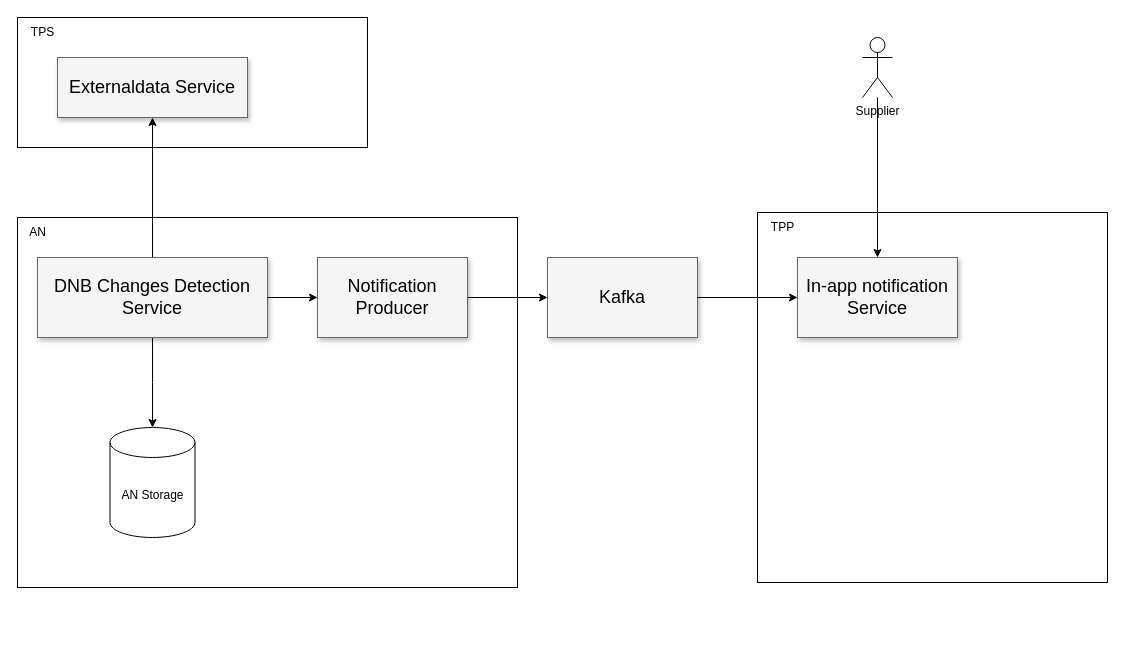
Earlier version of the draw.io diagram block_diagram_detection_dnb_changes.drawio (huangshijie/Drawio). Source tidied: cells renumbered, new cells numbered last; positions are measured from the earlier drawing's top-left corner, leaving out a move shared by most shapes. Both pictures are drawn from the tidied source at 100%, with x=0, y=0 at pixel (17, 17).
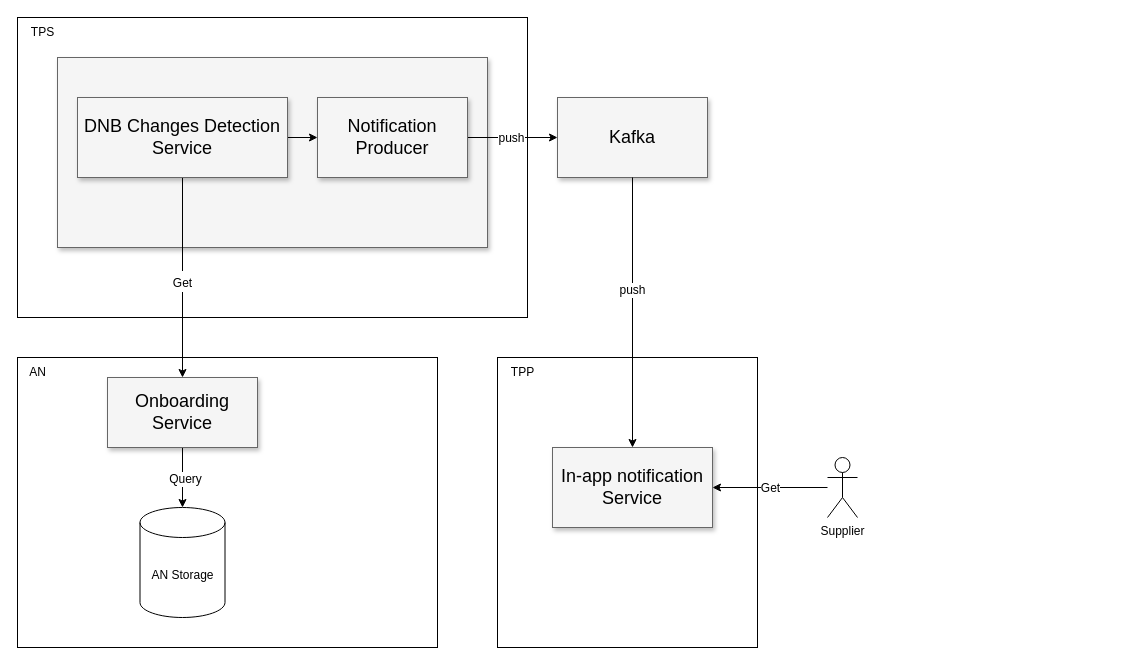
The same diagram, later.

The edit, as a diff of the source:
```diff
@@
-    <mxCell id="2" style="group;" parent="1" vertex="1">
-      <mxGeometry width="1090" height="570" as="geometry" />
-    </mxCell>
-    <mxCell id="3" style="rounded=0;whiteSpace=wrap;html=1;" parent="2" vertex="1">
-      <mxGeometry x="740" y="195" width="350" height="370" as="geometry" />
+    <mxCell id="3" style="rounded=0;whiteSpace=wrap;html=1;" parent="1" vertex="1">
+      <mxGeometry x="480" y="340" width="260" height="290" as="geometry" />
     </mxCell>
-    <mxCell id="4" style="rounded=0;whiteSpace=wrap;html=1;" parent="2" vertex="1">
-      <mxGeometry width="350" height="130" as="geometry" />
+    <mxCell id="4" style="rounded=0;whiteSpace=wrap;html=1;" parent="1" vertex="1">
+      <mxGeometry width="510" height="300" as="geometry" />
     </mxCell>
-    <mxCell id="5" style="rounded=0;whiteSpace=wrap;html=1;" parent="2" vertex="1">
-      <mxGeometry y="200" width="500" height="370" as="geometry" />
+    <mxCell id="5" style="rounded=0;whiteSpace=wrap;html=1;" parent="1" vertex="1">
+      <mxGeometry y="340" width="420" height="290" as="geometry" />
     </mxCell>
-    <mxCell id="6" value="Externaldata Service" style="whiteSpace=wrap;html=1;shadow=1;fontSize=18;fillColor=#f5f5f5;strokeColor=#666666;" parent="2" vertex="1">
-      <mxGeometry x="40" y="40" width="190" height="60" as="geometry" />
+    <mxCell id="6" style="whiteSpace=wrap;html=1;shadow=1;fontSize=18;fillColor=#f5f5f5;strokeColor=#666666;" parent="1" vertex="1">
+      <mxGeometry x="40" y="40" width="430" height="190" as="geometry" />
     </mxCell>
-    <mxCell id="7" value="Kafka" style="whiteSpace=wrap;html=1;shadow=1;fontSize=18;fillColor=#f5f5f5;strokeColor=#666666;" parent="2" vertex="1">
-      <mxGeometry x="530" y="240" width="150" height="80" as="geometry" />
+    <mxCell id="7" value="Kafka" style="whiteSpace=wrap;html=1;shadow=1;fontSize=18;fillColor=#f5f5f5;strokeColor=#666666;" parent="1" vertex="1">
+      <mxGeometry x="540" y="80" width="150" height="80" as="geometry" />
     </mxCell>
-    <mxCell id="8" style="edgeStyle=orthogonalEdgeStyle;rounded=0;jettySize=auto;html=1;exitX=0.5;exitY=0;exitDx=0;exitDy=0;" parent="2" edge="1" source="10" target="6">
-      <mxGeometry relative="1" as="geometry" />
-    </mxCell>
-    <mxCell id="9" style="edgeStyle=orthogonalEdgeStyle;rounded=0;jettySize=auto;html=1;exitX=0.5;exitY=1;exitDx=0;exitDy=0;" parent="2" edge="1" source="10">
+    <mxCell id="9" style="edgeStyle=orthogonalEdgeStyle;rounded=0;jettySize=auto;html=1;exitX=0.5;exitY=1;exitDx=0;exitDy=0;" parent="1" edge="1" source="10">
       <mxGeometry relative="1" as="geometry">
-        <mxPoint x="135" y="410" as="targetPoint" />
+        <mxPoint x="165" y="360" as="targetPoint" />
       </mxGeometry>
     </mxCell>
+    <mxCell id="22" value="&lt;font style=&quot;font-size: 12px;&quot;&gt;Get&lt;/font&gt;" style="edgeLabel;html=1;align=center;verticalAlign=middle;fontSize=18;" parent="9" vertex="1">
+      <mxGeometry x="0.03" y="-1" relative="1" as="geometry">
+        <mxPoint y="1" as="offset" />
+      </mxGeometry>
+    </mxCell>
+    <mxCell id="13" style="edgeStyle=orthogonalEdgeStyle;rounded=0;jettySize=auto;html=1;exitX=1;exitY=0.5;exitDx=0;exitDy=0;fontSize=18;startArrow=none;startFill=0;" parent="1" edge="1" source="10" target="12">
+      <mxGeometry relative="1" as="geometry" />
+    </mxCell>
-    <mxCell id="10" value="DNB Changes Detection Service" style="whiteSpace=wrap;html=1;shadow=1;fontSize=18;fillColor=#f5f5f5;strokeColor=#666666;" parent="2" vertex="1">
-      <mxGeometry x="20" y="240" width="230" height="80" as="geometry" />
+    <mxCell id="10" value="DNB Changes Detection Service" style="whiteSpace=wrap;html=1;shadow=1;fontSize=18;fillColor=#f5f5f5;strokeColor=#666666;" parent="1" vertex="1">
+      <mxGeometry x="60" y="80" width="210" height="80" as="geometry" />
     </mxCell>
-    <mxCell id="11" style="edgeStyle=orthogonalEdgeStyle;rounded=0;jettySize=auto;html=1;exitX=1;exitY=0.5;exitDx=0;exitDy=0;entryX=0;entryY=0.5;entryDx=0;entryDy=0;" parent="2" edge="1" source="12" target="7">
+    <mxCell id="11" style="edgeStyle=orthogonalEdgeStyle;rounded=0;jettySize=auto;html=1;exitX=1;exitY=0.5;exitDx=0;exitDy=0;entryX=0;entryY=0.5;entryDx=0;entryDy=0;" parent="1" edge="1" source="12" target="7">
       <mxGeometry relative="1" as="geometry" />
     </mxCell>
+    <mxCell id="23" value="push" style="edgeLabel;html=1;align=center;verticalAlign=middle;fontSize=12;" parent="11" vertex="1">
+      <mxGeometry x="-0.04" y="1" relative="1" as="geometry">
+        <mxPoint y="1" as="offset" />
+      </mxGeometry>
+    </mxCell>
-    <mxCell id="12" value="Notification Producer" style="whiteSpace=wrap;html=1;shadow=1;fontSize=18;fillColor=#f5f5f5;strokeColor=#666666;" parent="2" vertex="1">
-      <mxGeometry x="300" y="240" width="150" height="80" as="geometry" />
+    <mxCell id="12" value="Notification Producer" style="whiteSpace=wrap;html=1;shadow=1;fontSize=18;fillColor=#f5f5f5;strokeColor=#666666;" parent="1" vertex="1">
+      <mxGeometry x="300" y="80" width="150" height="80" as="geometry" />
     </mxCell>
-    <mxCell id="13" style="edgeStyle=orthogonalEdgeStyle;rounded=0;jettySize=auto;html=1;exitX=1;exitY=0.5;exitDx=0;exitDy=0;entryX=0;entryY=0.5;entryDx=0;entryDy=0;" parent="2" edge="1" source="10" target="12">
-      <mxGeometry relative="1" as="geometry" />
-    </mxCell>
-    <mxCell id="14" value="In-app notification Service" style="whiteSpace=wrap;html=1;shadow=1;fontSize=18;fillColor=#f5f5f5;strokeColor=#666666;" parent="2" vertex="1">
-      <mxGeometry x="780" y="240" width="160" height="80" as="geometry" />
+    <mxCell id="14" value="In-app notification Service" style="whiteSpace=wrap;html=1;shadow=1;fontSize=18;fillColor=#f5f5f5;strokeColor=#666666;" parent="1" vertex="1">
+      <mxGeometry x="535" y="430" width="160" height="80" as="geometry" />
     </mxCell>
-    <mxCell id="15" style="edgeStyle=orthogonalEdgeStyle;rounded=0;jettySize=auto;html=1;exitX=1;exitY=0.5;exitDx=0;exitDy=0;" parent="2" edge="1" source="7" target="14">
-      <mxGeometry relative="1" as="geometry" />
+    <mxCell id="15" style="edgeStyle=orthogonalEdgeStyle;rounded=0;jettySize=auto;html=1;exitX=0.5;exitY=1;exitDx=0;exitDy=0;" parent="1" edge="1" source="7" target="14">
+      <mxGeometry relative="1" as="geometry">
+        <Array as="points">
+          <mxPoint x="615" y="280" />
+        </Array>
+      </mxGeometry>
     </mxCell>
+    <mxCell id="24" value="push" style="edgeLabel;html=1;align=center;verticalAlign=middle;fontSize=12;" parent="15" vertex="1">
+      <mxGeometry x="-0.18" y="-1" relative="1" as="geometry">
+        <mxPoint y="1" as="offset" />
+      </mxGeometry>
+    </mxCell>
-    <mxCell id="16" style="edgeStyle=orthogonalEdgeStyle;rounded=0;jettySize=auto;html=1;" parent="2" edge="1" source="17" target="14">
+    <mxCell id="16" style="edgeStyle=orthogonalEdgeStyle;rounded=0;jettySize=auto;html=1;entryX=1;entryY=0.5;entryDx=0;entryDy=0;" parent="1" edge="1" source="17" target="14">
       <mxGeometry relative="1" as="geometry" />
     </mxCell>
+    <mxCell id="25" value="Get" style="edgeLabel;html=1;align=center;verticalAlign=middle;fontSize=12;" parent="16" vertex="1">
+      <mxGeometry x="0.01" relative="1" as="geometry" />
+    </mxCell>
-    <mxCell id="17" value="Supplier" style="shape=umlActor;verticalLabelPosition=bottom;verticalAlign=top;html=1;outlineConnect=0;" parent="2" vertex="1">
-      <mxGeometry x="845" y="20" width="30" height="60" as="geometry" />
+    <mxCell id="17" value="Supplier" style="shape=umlActor;verticalLabelPosition=bottom;verticalAlign=top;html=1;outlineConnect=0;" parent="1" vertex="1">
+      <mxGeometry x="810" y="440" width="30" height="60" as="geometry" />
     </mxCell>
-    <mxCell id="18" value="AN Storage" style="shape=cylinder3;whiteSpace=wrap;html=1;boundedLbl=1;backgroundOutline=1;size=15;" parent="2" vertex="1">
-      <mxGeometry x="92.5" y="410" width="85" height="110" as="geometry" />
+    <mxCell id="18" value="AN Storage" style="shape=cylinder3;whiteSpace=wrap;html=1;boundedLbl=1;backgroundOutline=1;size=15;" parent="1" vertex="1">
+      <mxGeometry x="122.5" y="490" width="85" height="110" as="geometry" />
     </mxCell>
-    <mxCell id="19" value="AN" style="text;html=1;align=center;verticalAlign=middle;strokeColor=none;fillColor=none;" parent="2" vertex="1">
-      <mxGeometry y="200" width="40" height="30" as="geometry" />
+    <mxCell id="19" value="AN" style="text;html=1;align=center;verticalAlign=middle;strokeColor=none;fillColor=none;" parent="1" vertex="1">
+      <mxGeometry y="340" width="40" height="30" as="geometry" />
     </mxCell>
-    <mxCell id="20" value="TPP" style="text;html=1;align=center;verticalAlign=middle;strokeColor=none;fillColor=none;" parent="2" vertex="1">
-      <mxGeometry x="740" y="195" width="50" height="30" as="geometry" />
+    <mxCell id="20" value="TPP" style="text;html=1;align=center;verticalAlign=middle;strokeColor=none;fillColor=none;" parent="1" vertex="1">
+      <mxGeometry x="480" y="340" width="50" height="30" as="geometry" />
     </mxCell>
-    <mxCell id="21" value="TPS" style="text;html=1;align=center;verticalAlign=middle;strokeColor=none;fillColor=none;" parent="2" vertex="1">
+    <mxCell id="21" value="TPS" style="text;html=1;align=center;verticalAlign=middle;strokeColor=none;fillColor=none;" parent="1" vertex="1">
       <mxGeometry width="50" height="30" as="geometry" />
     </mxCell>
+    <mxCell id="26" style="edgeStyle=orthogonalEdgeStyle;rounded=0;jettySize=auto;html=1;fontSize=18;startArrow=none;startFill=0;" parent="1" edge="1" source="28" target="18">
+      <mxGeometry relative="1" as="geometry" />
+    </mxCell>
+    <mxCell id="27" value="Query" style="edgeLabel;html=1;align=center;verticalAlign=middle;fontSize=12;" parent="26" vertex="1">
+      <mxGeometry x="0.02" y="2" relative="1" as="geometry" />
+    </mxCell>
+    <mxCell id="28" value="Onboarding Service" style="whiteSpace=wrap;html=1;shadow=1;fontSize=18;fillColor=#f5f5f5;strokeColor=#666666;" parent="1" vertex="1">
+      <mxGeometry x="90" y="360" width="150" height="70" as="geometry" />
+    </mxCell>
```
